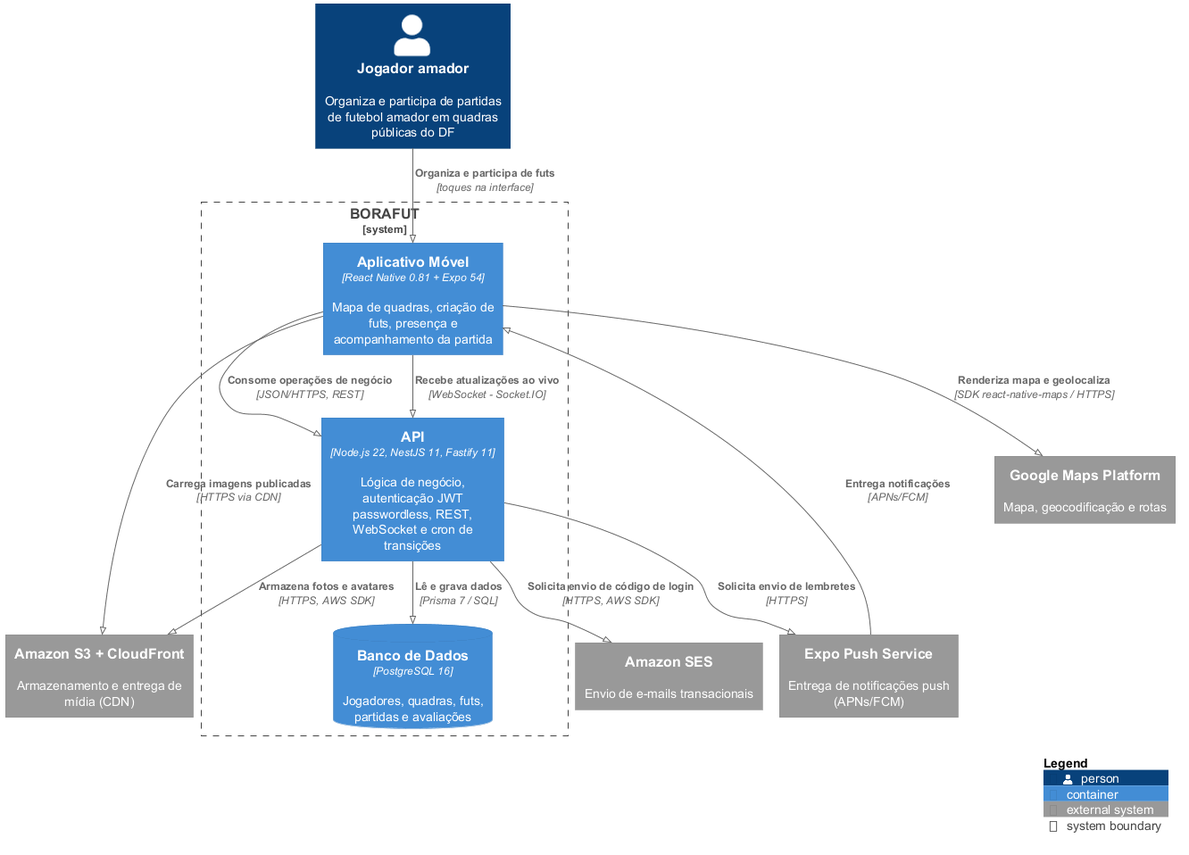
Above: latex/figuras/diagramas-src/render/c4-conteineres.png in EhOMiguel/borafut-app-tcc (PlantUML), before the change.
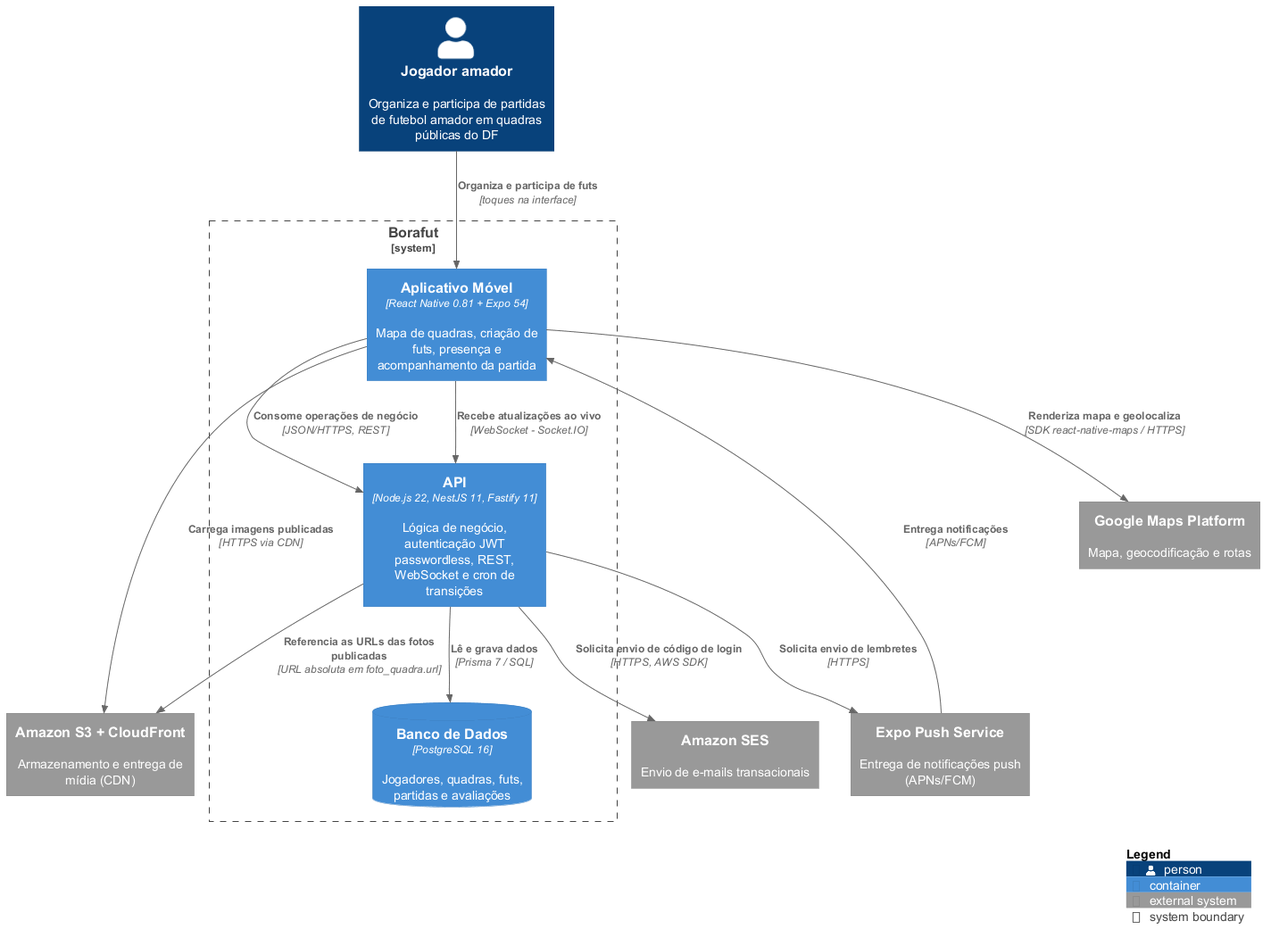
Later version of the same file.

The edit, as a diff of the source:
```diff
@@ -1,10 +1,9 @@
 @startuml c4-conteineres
-!pragma layout smetana
 !include https://raw.githubusercontent.com/plantuml-stdlib/C4-PlantUML/master/C4_Container.puml
 
 Person(jogador, "Jogador amador", "Organiza e participa de partidas de futebol amador em quadras públicas do DF")
 
-System_Boundary(borafut, "BORAFUT") {
+System_Boundary(borafut, "Borafut") {
   Container(app, "Aplicativo Móvel", "React Native 0.81 + Expo 54", "Mapa de quadras, criação de futs, presença e acompanhamento da partida")
   Container(api, "API", "Node.js 22, NestJS 11, Fastify 11", "Lógica de negócio, autenticação JWT passwordless, REST, WebSocket e cron de transições")
   ContainerDb(db, "Banco de Dados", "PostgreSQL 16", "Jogadores, quadras, futs, partidas e avaliações")
@@ -21,7 +20,7 @@
 Rel(api, db, "Lê e grava dados", "Prisma 7 / SQL")
 Rel(app, maps, "Renderiza mapa e geolocaliza", "SDK react-native-maps / HTTPS")
 Rel(api, ses, "Solicita envio de código de login", "HTTPS, AWS SDK")
-Rel(api, cdn, "Armazena fotos e avatares", "HTTPS, AWS SDK")
+Rel(api, cdn, "Referencia as URLs das fotos publicadas", "URL absoluta em foto_quadra.url")
 Rel(app, cdn, "Carrega imagens publicadas", "HTTPS via CDN")
 Rel(api, push, "Solicita envio de lembretes", "HTTPS")
 Rel(push, app, "Entrega notificações", "APNs/FCM")
```
